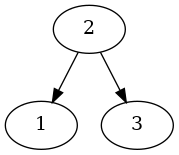
Before: sem3/tisd/lab_6/graph/graph.png, a diagram exported from Graphviz (kit11920/vuz). Its source is kept beside it as sem3/tisd/lab_6/graph/graph.gv. Source of this version:
```dot
digraph graph_ {
2 -> 1
2 -> 3
}
```
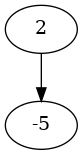
Above is the later version.

Change to the diagram source:
```diff
@@ -1,4 +1,3 @@
 digraph graph_ {
-2 -> 1
-2 -> 3
+2 -> -5
 }
```
